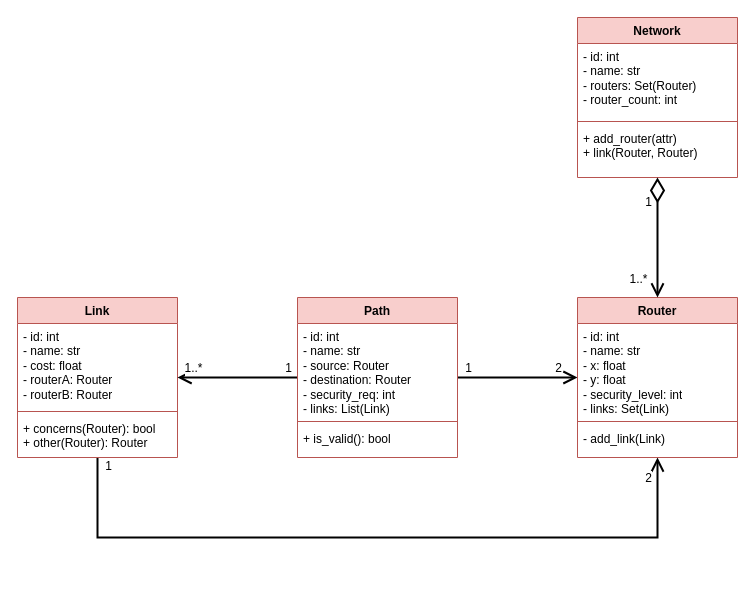
Before: page "Page-2" (2 of 2) of pynet_router.drawio in aobh2763/pynet-router, a draw.io diagram. Source tidied: cells renumbered, new cells numbered last; positions are measured from the earlier drawing's top-left corner, leaving out a move shared by most shapes. Both pictures are drawn from the tidied source at 100%, with x=0, y=0 at pixel (17, 17).
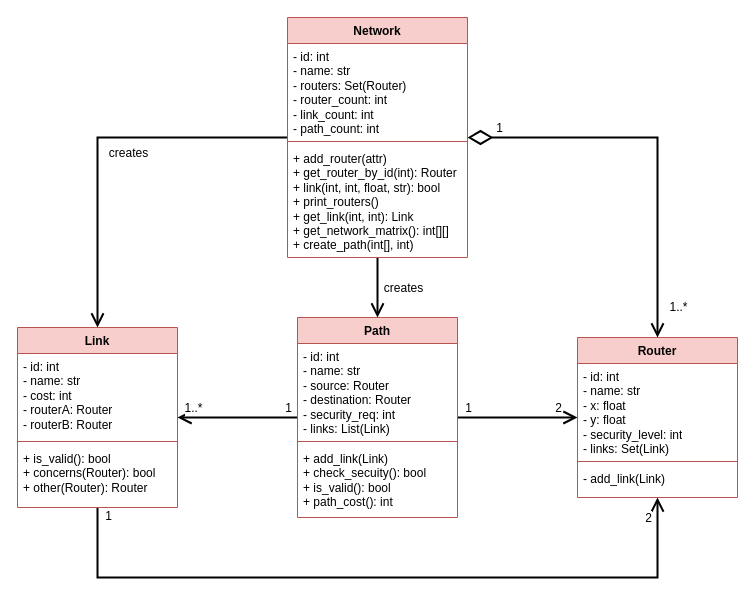
Above is the later version.

The edit, as a diff of the source:
```diff
@@
     <mxCell id="2" style="edgeStyle=orthogonalEdgeStyle;rounded=0;jettySize=auto;html=1;strokeWidth=2;endArrow=open;endFill=0;endSize=10;fontColor=#000000;" parent="1" edge="1" source="5" target="18">
       <mxGeometry relative="1" as="geometry">
         <Array as="points">
-          <mxPoint x="80" y="520" />
-          <mxPoint x="640" y="520" />
+          <mxPoint x="80" y="560" />
+          <mxPoint x="640" y="560" />
         </Array>
       </mxGeometry>
     </mxCell>
@@
     <mxCell id="5" value="Link" style="swimlane;fontStyle=1;align=center;verticalAlign=top;horizontal=1;startSize=26;whiteSpace=wrap;html=1;fillColor=#f8cecc;strokeColor=#b85450;fontColor=#000000;" parent="1" vertex="1">
-      <mxGeometry y="280" width="160" height="160" as="geometry" />
+      <mxGeometry y="310" width="160" height="180" as="geometry" />
     </mxCell>
-    <mxCell id="6" value="- id: int&lt;div&gt;- name: str&lt;/div&gt;&lt;div&gt;- cost: float&lt;/div&gt;&lt;div&gt;- routerA: Router&lt;/div&gt;&lt;div&gt;- routerB: Router&lt;/div&gt;" style="text;strokeColor=none;fillColor=none;align=left;verticalAlign=top;spacingLeft=4;spacingRight=4;overflow=hidden;whiteSpace=wrap;html=1;fontColor=#000000;" parent="5" vertex="1">
+    <mxCell id="6" value="&lt;font style=&quot;color: rgb(0, 0, 0);&quot;&gt;- id: int&lt;/font&gt;&lt;div&gt;&lt;font style=&quot;color: rgb(0, 0, 0);&quot;&gt;- name: str&lt;/font&gt;&lt;/div&gt;&lt;div&gt;&lt;font style=&quot;color: rgb(0, 0, 0);&quot;&gt;- cost: int&lt;/font&gt;&lt;/div&gt;&lt;div&gt;&lt;font style=&quot;color: rgb(0, 0, 0);&quot;&gt;- routerA: Router&lt;/font&gt;&lt;/div&gt;&lt;div&gt;&lt;font style=&quot;color: rgb(0, 0, 0);&quot;&gt;- routerB: Router&lt;/font&gt;&lt;/div&gt;" style="text;strokeColor=none;fillColor=none;align=left;verticalAlign=top;spacingLeft=4;spacingRight=4;overflow=hidden;whiteSpace=wrap;html=1;fontColor=#000000;" parent="5" vertex="1">
       <mxGeometry y="26" width="160" height="84" as="geometry" />
     </mxCell>
@@
-    <mxCell id="8" value="+ concerns(Router): bool&lt;div&gt;+ other(Router): Router&lt;/div&gt;" style="text;strokeColor=none;fillColor=none;align=left;verticalAlign=top;spacingLeft=4;spacingRight=4;overflow=hidden;whiteSpace=wrap;html=1;fontColor=#000000;" parent="5" vertex="1">
-      <mxGeometry y="118" width="160" height="42" as="geometry" />
+    <mxCell id="8" value="&lt;div&gt;&lt;font style=&quot;color: rgb(0, 0, 0);&quot;&gt;+ is_valid(): bool&lt;/font&gt;&lt;/div&gt;&lt;font style=&quot;color: rgb(0, 0, 0);&quot;&gt;+ concerns(Router): bool&lt;/font&gt;&lt;div&gt;&lt;font style=&quot;color: rgb(0, 0, 0);&quot;&gt;+ other(Router): Router&lt;/font&gt;&lt;br&gt;&lt;/div&gt;" style="text;strokeColor=none;fillColor=none;align=left;verticalAlign=top;spacingLeft=4;spacingRight=4;overflow=hidden;whiteSpace=wrap;html=1;fontColor=#000000;" parent="5" vertex="1">
+      <mxGeometry y="118" width="160" height="62" as="geometry" />
     </mxCell>
@@
     <mxCell id="14" value="Path" style="swimlane;fontStyle=1;align=center;verticalAlign=top;horizontal=1;startSize=26;whiteSpace=wrap;html=1;fillColor=#f8cecc;strokeColor=#b85450;fontColor=#000000;" parent="1" vertex="1">
-      <mxGeometry x="280" y="280" width="160" height="160" as="geometry" />
+      <mxGeometry x="280" y="300" width="160" height="200" as="geometry" />
     </mxCell>
-    <mxCell id="15" value="&lt;div&gt;- id: int&lt;/div&gt;&lt;div&gt;- name: str&lt;/div&gt;- source: Router&lt;div&gt;- destination: Router&lt;/div&gt;&lt;div&gt;- security_req: int&lt;/div&gt;&lt;div&gt;- links: List(Link)&lt;/div&gt;" style="text;strokeColor=none;fillColor=none;align=left;verticalAlign=top;spacingLeft=4;spacingRight=4;overflow=hidden;whiteSpace=wrap;html=1;fontColor=#000000;" parent="14" vertex="1">
+    <mxCell id="15" value="&lt;div&gt;&lt;font style=&quot;color: rgb(0, 0, 0);&quot;&gt;- id: int&lt;/font&gt;&lt;/div&gt;&lt;div&gt;&lt;font style=&quot;color: rgb(0, 0, 0);&quot;&gt;- name: str&lt;/font&gt;&lt;/div&gt;&lt;font style=&quot;color: rgb(0, 0, 0);&quot;&gt;- source: Router&lt;/font&gt;&lt;div&gt;&lt;font style=&quot;color: rgb(0, 0, 0);&quot;&gt;- destination: Router&lt;/font&gt;&lt;/div&gt;&lt;div&gt;&lt;font style=&quot;color: rgb(0, 0, 0);&quot;&gt;- security_req: int&lt;/font&gt;&lt;/div&gt;&lt;div&gt;&lt;font style=&quot;color: rgb(0, 0, 0);&quot;&gt;- links: List(Link)&lt;/font&gt;&lt;/div&gt;" style="text;strokeColor=none;fillColor=none;align=left;verticalAlign=top;spacingLeft=4;spacingRight=4;overflow=hidden;whiteSpace=wrap;html=1;fontColor=#000000;" parent="14" vertex="1">
       <mxGeometry y="26" width="160" height="94" as="geometry" />
     </mxCell>
@@
-    <mxCell id="17" value="+ is_valid(): bool" style="text;strokeColor=none;fillColor=none;align=left;verticalAlign=top;spacingLeft=4;spacingRight=4;overflow=hidden;whiteSpace=wrap;html=1;fontColor=#000000;" parent="14" vertex="1">
-      <mxGeometry y="128" width="160" height="32" as="geometry" />
+    <mxCell id="17" value="&lt;div&gt;&lt;font style=&quot;color: rgb(0, 0, 0);&quot;&gt;+ add_link(Link)&lt;/font&gt;&lt;/div&gt;&lt;div&gt;&lt;font style=&quot;color: rgb(0, 0, 0);&quot;&gt;+ check_secuity(): bool&lt;/font&gt;&lt;/div&gt;&lt;font style=&quot;color: rgb(0, 0, 0);&quot;&gt;+ is_valid(): bool&lt;/font&gt;&lt;div&gt;&lt;font style=&quot;color: rgb(0, 0, 0);&quot;&gt;+ path_cost(): int&lt;/font&gt;&lt;/div&gt;" style="text;strokeColor=none;fillColor=none;align=left;verticalAlign=top;spacingLeft=4;spacingRight=4;overflow=hidden;whiteSpace=wrap;html=1;fontColor=#000000;" parent="14" vertex="1">
+      <mxGeometry y="128" width="160" height="72" as="geometry" />
     </mxCell>
     <mxCell id="18" value="Router" style="swimlane;fontStyle=1;align=center;verticalAlign=top;horizontal=1;startSize=26;whiteSpace=wrap;html=1;fillColor=#f8cecc;strokeColor=#b85450;fontColor=#000000;" parent="1" vertex="1">
-      <mxGeometry x="560" y="280" width="160" height="160" as="geometry" />
+      <mxGeometry x="560" y="320" width="160" height="160" as="geometry" />
     </mxCell>
-    <mxCell id="19" value="- id: int&lt;div&gt;- name: str&lt;/div&gt;&lt;div&gt;- x: float&lt;/div&gt;&lt;div&gt;- y: float&lt;/div&gt;&lt;div&gt;- security_level: int&lt;/div&gt;&lt;div&gt;- links: Set(Link)&lt;/div&gt;" style="text;strokeColor=none;fillColor=none;align=left;verticalAlign=top;spacingLeft=4;spacingRight=4;overflow=hidden;whiteSpace=wrap;html=1;fontColor=#000000;" parent="18" vertex="1">
+    <mxCell id="19" value="&lt;font style=&quot;color: rgb(0, 0, 0);&quot;&gt;- id: int&lt;/font&gt;&lt;div&gt;&lt;font style=&quot;color: rgb(0, 0, 0);&quot;&gt;- name: str&lt;/font&gt;&lt;/div&gt;&lt;div&gt;&lt;font style=&quot;color: rgb(0, 0, 0);&quot;&gt;- x: float&lt;/font&gt;&lt;/div&gt;&lt;div&gt;&lt;font style=&quot;color: rgb(0, 0, 0);&quot;&gt;- y: float&lt;/font&gt;&lt;/div&gt;&lt;div&gt;&lt;font style=&quot;color: rgb(0, 0, 0);&quot;&gt;- security_level: int&lt;/font&gt;&lt;/div&gt;&lt;div&gt;&lt;font style=&quot;color: rgb(0, 0, 0);&quot;&gt;- links: Set(Link)&lt;/font&gt;&lt;/div&gt;" style="text;strokeColor=none;fillColor=none;align=left;verticalAlign=top;spacingLeft=4;spacingRight=4;overflow=hidden;whiteSpace=wrap;html=1;fontColor=#000000;" parent="18" vertex="1">
       <mxGeometry y="26" width="160" height="94" as="geometry" />
     </mxCell>
@@
+    <mxCell id="30" style="edgeStyle=orthogonalEdgeStyle;html=1;entryX=0.5;entryY=0;entryDx=0;entryDy=0;jumpSize=6;strokeWidth=2;rounded=0;curved=0;endArrow=open;endFill=0;endSize=10;startArrow=diamondThin;startFill=0;targetPerimeterSpacing=0;startSize=20;" parent="1" edge="1" source="22" target="18">
+      <mxGeometry relative="1" as="geometry">
+        <Array as="points">
+          <mxPoint x="640" y="120" />
+        </Array>
+      </mxGeometry>
+    </mxCell>
+    <mxCell id="27" value="1" style="edgeLabel;html=1;align=center;verticalAlign=middle;fontSize=12;" parent="30" vertex="1">
+      <mxGeometry x="-0.84" y="2" relative="1" as="geometry">
+        <mxPoint y="-8" as="offset" />
+      </mxGeometry>
+    </mxCell>
+    <mxCell id="28" value="1..*" style="edgeLabel;html=1;align=center;verticalAlign=middle;fontSize=12;" parent="30" vertex="1">
+      <mxGeometry x="0.84" y="3" relative="1" as="geometry">
+        <mxPoint x="17" as="offset" />
+      </mxGeometry>
+    </mxCell>
+    <mxCell id="31" style="edgeStyle=none;html=1;entryX=0.5;entryY=0;entryDx=0;entryDy=0;strokeWidth=2;endArrow=open;endFill=0;endSize=10;" parent="1" edge="1" source="22" target="14">
+      <mxGeometry relative="1" as="geometry" />
+    </mxCell>
+    <mxCell id="32" value="creates" style="edgeLabel;html=1;align=center;verticalAlign=middle;fontSize=12;" parent="31" vertex="1">
+      <mxGeometry x="-0.41" y="-1" relative="1" as="geometry">
+        <mxPoint x="26" y="12" as="offset" />
+      </mxGeometry>
+    </mxCell>
+    <mxCell id="33" style="edgeStyle=orthogonalEdgeStyle;html=1;entryX=0.5;entryY=0;entryDx=0;entryDy=0;rounded=0;curved=0;strokeWidth=2;endArrow=open;endFill=0;endSize=10;" parent="1" edge="1" source="22" target="5">
+      <mxGeometry relative="1" as="geometry" />
+    </mxCell>
+    <mxCell id="34" value="creates" style="edgeLabel;html=1;align=center;verticalAlign=middle;fontSize=12;" parent="33" vertex="1">
+      <mxGeometry x="0.08" y="1" relative="1" as="geometry">
+        <mxPoint x="29" as="offset" />
+      </mxGeometry>
+    </mxCell>
     <mxCell id="22" value="Network" style="swimlane;fontStyle=1;align=center;verticalAlign=top;horizontal=1;startSize=26;whiteSpace=wrap;html=1;fillColor=#f8cecc;strokeColor=#b85450;fontColor=#000000;" parent="1" vertex="1">
-      <mxGeometry x="560" width="160" height="160" as="geometry" />
+      <mxGeometry x="270" width="180" height="240" as="geometry" />
     </mxCell>
-    <mxCell id="23" value="- id: int&lt;div&gt;- name: str&lt;/div&gt;&lt;div&gt;- routers: Set(Router)&lt;/div&gt;&lt;div&gt;- router_count: int&lt;/div&gt;" style="text;strokeColor=none;fillColor=none;align=left;verticalAlign=top;spacingLeft=4;spacingRight=4;overflow=hidden;whiteSpace=wrap;html=1;fontColor=#000000;" parent="22" vertex="1">
-      <mxGeometry y="26" width="160" height="74" as="geometry" />
+    <mxCell id="23" value="&lt;font style=&quot;color: rgb(0, 0, 0);&quot;&gt;- id: int&lt;/font&gt;&lt;div&gt;&lt;font style=&quot;color: rgb(0, 0, 0);&quot;&gt;- name: str&lt;/font&gt;&lt;/div&gt;&lt;div&gt;&lt;font style=&quot;color: rgb(0, 0, 0);&quot;&gt;- routers: Set(Router)&lt;/font&gt;&lt;/div&gt;&lt;div&gt;&lt;font style=&quot;color: rgb(0, 0, 0);&quot;&gt;- router_count: int&lt;/font&gt;&lt;/div&gt;&lt;div&gt;&lt;font style=&quot;color: rgb(0, 0, 0);&quot;&gt;- link_count: int&lt;/font&gt;&lt;/div&gt;&lt;div&gt;&lt;font style=&quot;color: rgb(0, 0, 0);&quot;&gt;- path_count: int&lt;/font&gt;&lt;/div&gt;" style="text;strokeColor=none;fillColor=none;align=left;verticalAlign=top;spacingLeft=4;spacingRight=4;overflow=hidden;whiteSpace=wrap;html=1;fontColor=#000000;" parent="22" vertex="1">
+      <mxGeometry y="26" width="180" height="94" as="geometry" />
     </mxCell>
     <mxCell id="24" style="line;strokeWidth=1;fillColor=none;align=left;verticalAlign=middle;spacingTop=-1;spacingLeft=3;spacingRight=3;labelPosition=right;strokeColor=inherit;fontColor=#000000;" parent="22" vertex="1">
-      <mxGeometry y="100" width="160" height="8" as="geometry" />
+      <mxGeometry y="120" width="180" height="8" as="geometry" />
     </mxCell>
-    <mxCell id="25" value="+ add_router(attr)&lt;div&gt;+ link(Router, Router)&lt;/div&gt;" style="text;strokeColor=none;fillColor=none;align=left;verticalAlign=top;spacingLeft=4;spacingRight=4;overflow=hidden;points=[[0,0.5],[1,0.5]];portConstraint=eastwest;whiteSpace=wrap;html=1;fontColor=#000000;" parent="22" vertex="1">
-      <mxGeometry y="108" width="160" height="52" as="geometry" />
+    <mxCell id="25" value="&lt;font style=&quot;color: rgb(0, 0, 0);&quot;&gt;+ add_router(attr)&lt;/font&gt;&lt;div&gt;&lt;font style=&quot;color: rgb(0, 0, 0);&quot;&gt;+ get_router_by_id(int): Router&lt;/font&gt;&lt;/div&gt;&lt;div&gt;&lt;div&gt;&lt;div&gt;&lt;font style=&quot;color: rgb(0, 0, 0);&quot;&gt;+ link(int, int, float, str): bool&lt;/font&gt;&lt;/div&gt;&lt;/div&gt;&lt;/div&gt;&lt;div&gt;&lt;font style=&quot;color: rgb(0, 0, 0);&quot;&gt;+ print_routers()&lt;/font&gt;&lt;/div&gt;&lt;div&gt;&lt;font style=&quot;color: rgb(0, 0, 0);&quot;&gt;+ get_link(int, int): Link&lt;/font&gt;&lt;/div&gt;&lt;div&gt;&lt;font color=&quot;#000000&quot;&gt;+ get_network_matrix(): int[][]&lt;/font&gt;&lt;/div&gt;&lt;div&gt;&lt;font color=&quot;#000000&quot;&gt;+ create_path(int[], int)&lt;/font&gt;&lt;/div&gt;" style="text;strokeColor=none;fillColor=none;align=left;verticalAlign=top;spacingLeft=4;spacingRight=4;overflow=hidden;points=[[0,0.5],[1,0.5]];portConstraint=eastwest;whiteSpace=wrap;html=1;fontColor=#000000;" parent="22" vertex="1">
+      <mxGeometry y="128" width="180" height="112" as="geometry" />
     </mxCell>
-    <mxCell id="26" style="edgeStyle=orthogonalEdgeStyle;rounded=0;jettySize=auto;html=1;entryX=0.5;entryY=1;entryDx=0;entryDy=0;entryPerimeter=0;endArrow=diamondThin;endFill=0;startArrow=open;startFill=0;strokeWidth=2;endSize=20;startSize=10;fontColor=#000000;" parent="1" edge="1" source="18" target="25">
-      <mxGeometry relative="1" as="geometry" />
-    </mxCell>
-    <mxCell id="27" value="1" style="edgeLabel;html=1;align=center;verticalAlign=middle;fontSize=12;fontColor=#000000;" parent="26" vertex="1">
-      <mxGeometry x="0.6" y="1" relative="1" as="geometry">
-        <mxPoint x="-9" as="offset" />
-      </mxGeometry>
-    </mxCell>
-    <mxCell id="28" value="1..*" style="edgeLabel;html=1;align=center;verticalAlign=middle;fontSize=12;fontColor=#000000;" parent="26" vertex="1">
-      <mxGeometry x="-0.56" y="1" relative="1" as="geometry">
-        <mxPoint x="-19" y="7" as="offset" />
-      </mxGeometry>
-    </mxCell>
     <mxCell id="29" value="2" style="edgeLabel;html=1;align=center;verticalAlign=middle;fontSize=12;fontColor=#000000;" parent="1" vertex="1">
-      <mxGeometry x="540" y="350" as="geometry" />
+      <mxGeometry x="540" y="390" as="geometry" />
     </mxCell>
```
